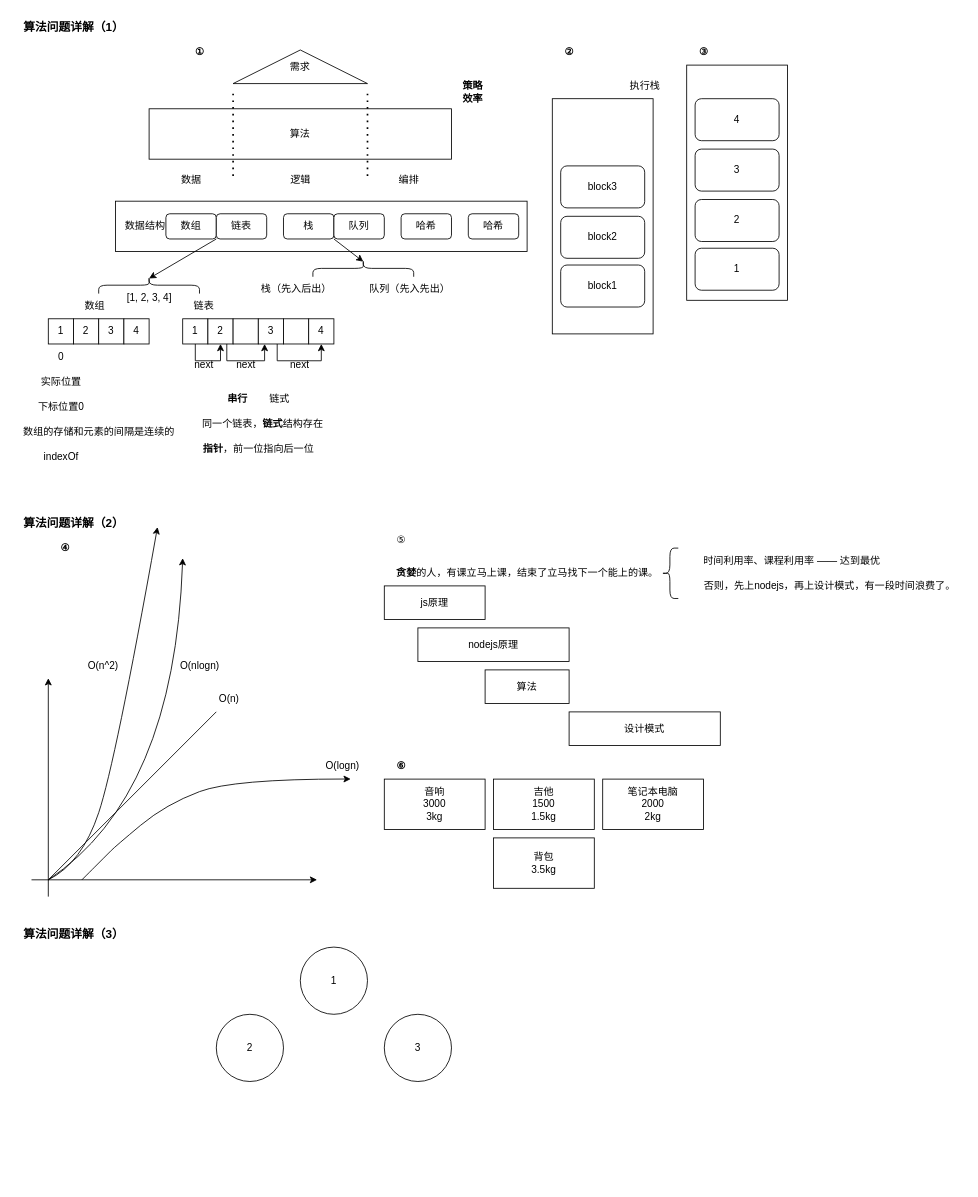
djsz3y/zhaowa-study-notes keeps this draw.io diagram as page "算法问题详解（1）（2）——云隐" (19 of 19) of formal_lessons/imgs/【爪哇教育】web304.drawio. Above is the earlier version. Source tidied: cells renumbered, new cells numbered last; positions are measured from the earlier drawing's top-left corner, leaving out a move shared by most shapes. Both pictures are drawn from the tidied source at 84%, with x=0, y=0 at pixel (14, 14).
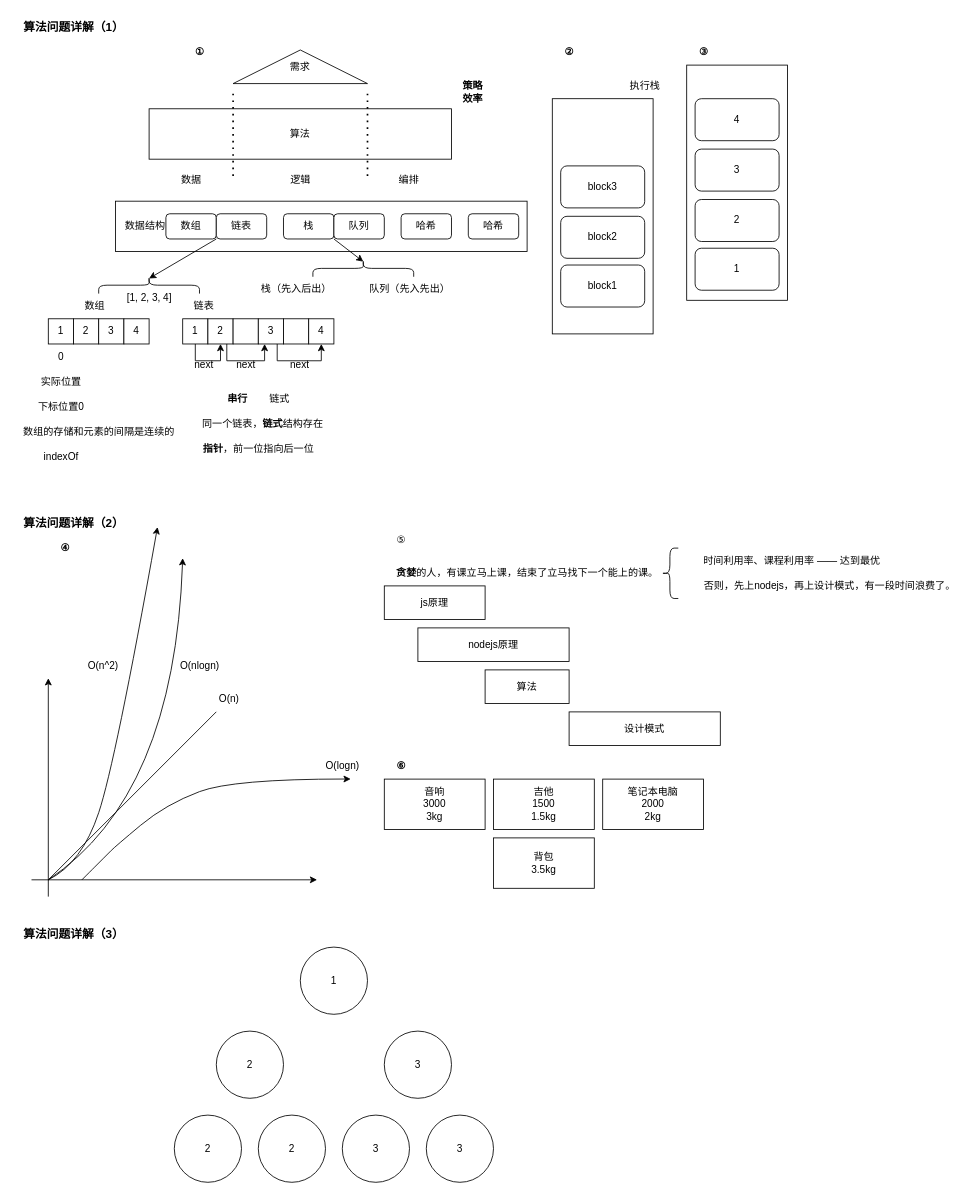
The same diagram, later.

Commit message:
更新【爪哇教育】web304.drawio

The edit, as a diff of the source:
```diff
@@
     <mxCell id="103" value="3" style="ellipse;whiteSpace=wrap;html=1;" parent="1" vertex="1">
-      <mxGeometry x="440" y="1190" width="80" height="80" as="geometry" />
+      <mxGeometry x="440" y="1210" width="80" height="80" as="geometry" />
     </mxCell>
     <mxCell id="104" value="2" style="ellipse;whiteSpace=wrap;html=1;" parent="1" vertex="1">
-      <mxGeometry x="240" y="1190" width="80" height="80" as="geometry" />
+      <mxGeometry x="240" y="1210" width="80" height="80" as="geometry" />
     </mxCell>
+    <mxCell id="105" value="2" style="ellipse;whiteSpace=wrap;html=1;" parent="1" vertex="1">
+      <mxGeometry x="190" y="1310" width="80" height="80" as="geometry" />
+    </mxCell>
+    <mxCell id="106" value="2" style="ellipse;whiteSpace=wrap;html=1;" parent="1" vertex="1">
+      <mxGeometry x="290" y="1310" width="80" height="80" as="geometry" />
+    </mxCell>
+    <mxCell id="107" value="3" style="ellipse;whiteSpace=wrap;html=1;" parent="1" vertex="1">
+      <mxGeometry x="390" y="1310" width="80" height="80" as="geometry" />
+    </mxCell>
+    <mxCell id="108" value="3" style="ellipse;whiteSpace=wrap;html=1;" parent="1" vertex="1">
+      <mxGeometry x="490" y="1310" width="80" height="80" as="geometry" />
+    </mxCell>
```
